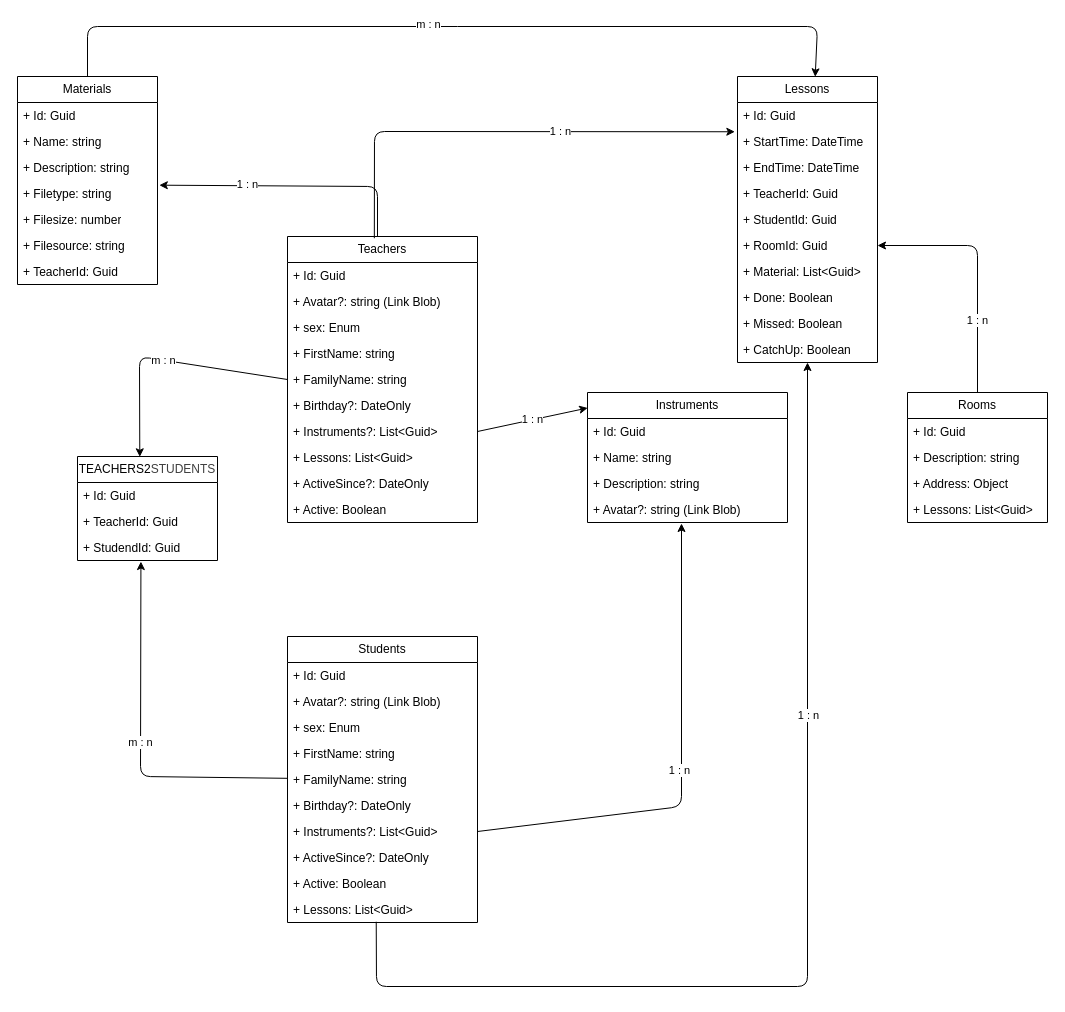
Above: Docu/Structure.drawio in gersteSen/dsh (draw.io), before the change. Source tidied: cells renumbered, new cells numbered last; positions are measured from the earlier drawing's top-left corner, leaving out a move shared by most shapes. Both pictures are drawn from the tidied source at 100%, with x=0, y=0 at pixel (17, 26).
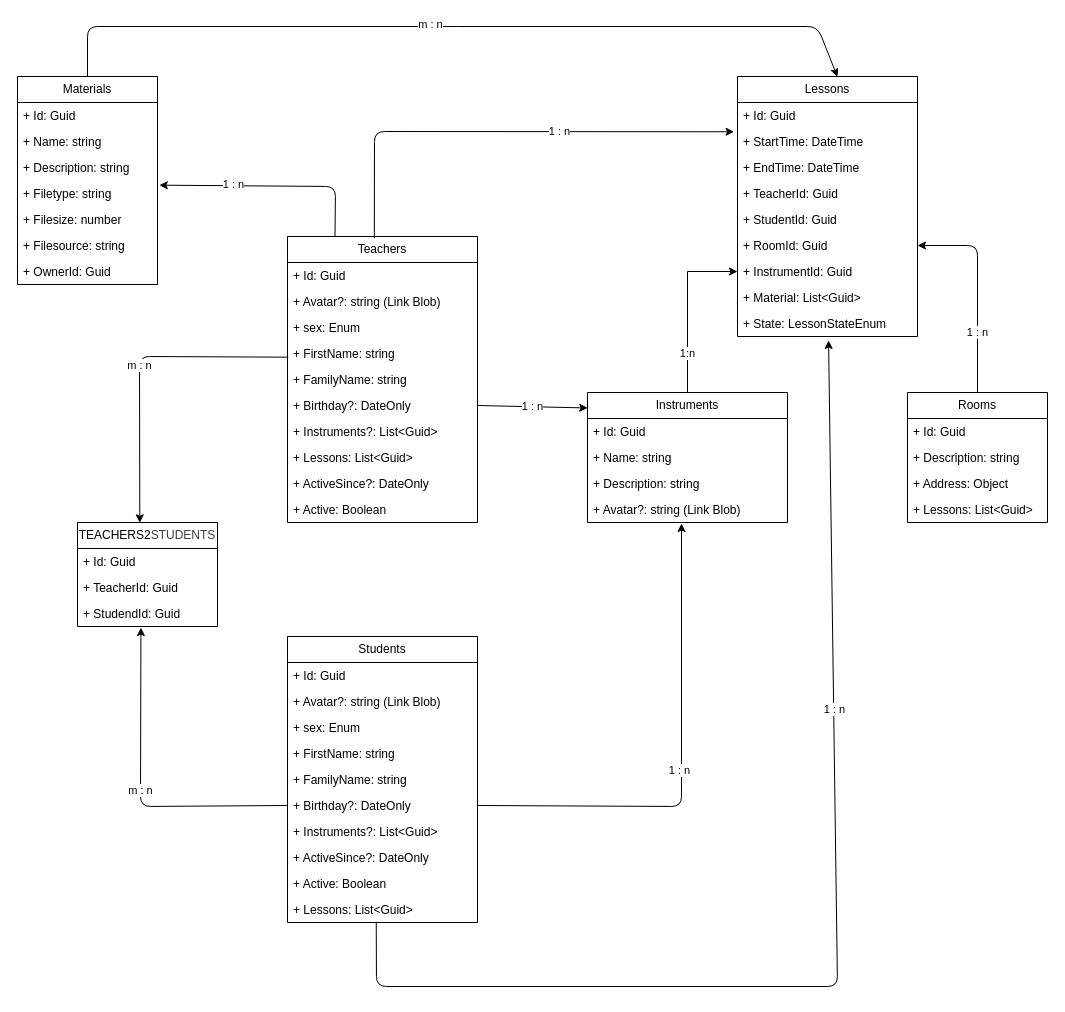
The same page after the edit.

The change refers to these unchanged cells:
```xml
<mxCell id="2" value="Teachers" style="swimlane;fontStyle=0;horizontal=1;startSize=26;fillColor=none;whiteSpace=wrap;html=1;" parent="1" vertex="1">
  <mxGeometry x="270" y="210" width="190" height="286" as="geometry" />
</mxCell>
<mxCell id="6" value="+ FirstName: string" style="text;strokeColor=none;fillColor=none;align=left;verticalAlign=top;spacingLeft=4;spacingRight=4;overflow=hidden;points=[[0,0.5],[1,0.5]];portConstraint=eastwest;whiteSpace=wrap;html=1;" parent="2" vertex="1">
  <mxGeometry y="104" width="190" height="26" as="geometry" />
</mxCell>
<mxCell id="7" value="+ FamilyName: string" style="text;strokeColor=none;fillColor=none;align=left;verticalAlign=top;spacingLeft=4;spacingRight=4;overflow=hidden;points=[[0,0.5],[1,0.5]];portConstraint=eastwest;whiteSpace=wrap;html=1;" parent="2" vertex="1">
  <mxGeometry y="130" width="190" height="26" as="geometry" />
</mxCell>
<mxCell id="8" value="+ Birthday?: DateOnly" style="text;strokeColor=none;fillColor=none;align=left;verticalAlign=top;spacingLeft=4;spacingRight=4;overflow=hidden;points=[[0,0.5],[1,0.5]];portConstraint=eastwest;whiteSpace=wrap;html=1;" parent="2" vertex="1">
  <mxGeometry y="156" width="190" height="26" as="geometry" />
</mxCell>
<mxCell id="9" value="+ Instruments?: List&amp;lt;Guid&amp;gt;" style="text;strokeColor=none;fillColor=none;align=left;verticalAlign=top;spacingLeft=4;spacingRight=4;overflow=hidden;points=[[0,0.5],[1,0.5]];portConstraint=eastwest;whiteSpace=wrap;html=1;" parent="2" vertex="1">
  <mxGeometry y="182" width="190" height="26" as="geometry" />
</mxCell>
<mxCell id="13" value="Instruments" style="swimlane;fontStyle=0;horizontal=1;startSize=26;fillColor=none;whiteSpace=wrap;html=1;" parent="1" vertex="1">
  <mxGeometry x="570" y="366" width="200" height="130" as="geometry" />
</mxCell>
<mxCell id="19" value="Students" style="swimlane;fontStyle=0;horizontal=1;startSize=26;fillColor=none;whiteSpace=wrap;html=1;" parent="1" vertex="1">
  <mxGeometry x="270" y="610" width="190" height="286" as="geometry" />
</mxCell>
<mxCell id="25" value="+ Birthday?: DateOnly" style="text;strokeColor=none;fillColor=none;align=left;verticalAlign=top;spacingLeft=4;spacingRight=4;overflow=hidden;points=[[0,0.5],[1,0.5]];portConstraint=eastwest;whiteSpace=wrap;html=1;" parent="19" vertex="1">
  <mxGeometry y="156" width="190" height="26" as="geometry" />
</mxCell>
<mxCell id="26" value="+ Instruments?: List&amp;lt;Guid&amp;gt;" style="text;strokeColor=none;fillColor=none;align=left;verticalAlign=top;spacingLeft=4;spacingRight=4;overflow=hidden;points=[[0,0.5],[1,0.5]];portConstraint=eastwest;whiteSpace=wrap;html=1;" parent="19" vertex="1">
  <mxGeometry y="182" width="190" height="26" as="geometry" />
</mxCell>
<mxCell id="29" value="+ Lessons: List&amp;lt;Guid&amp;gt;" style="text;strokeColor=none;fillColor=none;align=left;verticalAlign=top;spacingLeft=4;spacingRight=4;overflow=hidden;points=[[0,0.5],[1,0.5]];portConstraint=eastwest;whiteSpace=wrap;html=1;" parent="19" vertex="1">
  <mxGeometry y="260" width="190" height="26" as="geometry" />
</mxCell>
<mxCell id="35" value="+ StudendId: Guid" style="text;strokeColor=none;fillColor=none;align=left;verticalAlign=top;spacingLeft=4;spacingRight=4;overflow=hidden;points=[[0,0.5],[1,0.5]];portConstraint=eastwest;whiteSpace=wrap;html=1;" parent="32" vertex="1">
  <mxGeometry y="78" width="140" height="26" as="geometry" />
</mxCell>
<mxCell id="60" value="Materials" style="swimlane;fontStyle=0;horizontal=1;startSize=26;fillColor=none;whiteSpace=wrap;html=1;" parent="1" vertex="1">
  <mxGeometry y="50" width="140" height="208" as="geometry" />
</mxCell>
<mxCell id="64" value="+ Filetype: string" style="text;strokeColor=none;fillColor=none;align=left;verticalAlign=top;spacingLeft=4;spacingRight=4;overflow=hidden;points=[[0,0.5],[1,0.5]];portConstraint=eastwest;whiteSpace=wrap;html=1;" parent="60" vertex="1">
  <mxGeometry y="104" width="140" height="26" as="geometry" />
</mxCell>
```

Change to the diagram source:
```diff
@@
+    <mxCell id="72" style="edgeStyle=orthogonalEdgeStyle;rounded=0;jettySize=auto;html=1;" parent="1" edge="1" source="13" target="74">
+      <mxGeometry relative="1" as="geometry" />
+    </mxCell>
+    <mxCell id="73" value="1:n" style="edgeLabel;html=1;align=center;verticalAlign=middle;" parent="72" vertex="1">
+      <mxGeometry x="-0.53" y="1" relative="1" as="geometry" />
+    </mxCell>
@@
-    <mxCell id="18" value="1 : n" style="edgeStyle=none;html=1;entryX=0.001;entryY=0.119;entryDx=0;entryDy=0;entryPerimeter=0;exitX=1;exitY=0.5;exitDx=0;exitDy=0;" parent="1" edge="1" source="9" target="13">
+    <mxCell id="18" value="1 : n" style="edgeStyle=none;html=1;entryX=0.001;entryY=0.119;entryDx=0;entryDy=0;entryPerimeter=0;exitX=1;exitY=0.5;exitDx=0;exitDy=0;" parent="1" edge="1" source="8" target="13">
       <mxGeometry relative="1" as="geometry" />
     </mxCell>
@@
-    <mxCell id="30" style="edgeStyle=none;html=1;exitX=1;exitY=0.5;exitDx=0;exitDy=0;" parent="1" edge="1" source="26">
+    <mxCell id="30" style="edgeStyle=none;html=1;exitX=1;exitY=0.5;exitDx=0;exitDy=0;" parent="1" edge="1" source="25">
       <mxGeometry relative="1" as="geometry">
         <mxPoint x="664" y="497" as="targetPoint" />
         <Array as="points">
           <mxPoint x="664" y="780" />
         </Array>
       </mxGeometry>
     </mxCell>
@@
     <mxCell id="32" value="TEACHERS2&lt;span style=&quot;color: rgb(63, 63, 63); background-color: transparent;&quot;&gt;STUDENTS&lt;/span&gt;" style="swimlane;fontStyle=0;horizontal=1;startSize=26;fillColor=none;whiteSpace=wrap;html=1;" parent="1" vertex="1">
-      <mxGeometry x="60" y="430" width="140" height="104" as="geometry" />
+      <mxGeometry x="60" y="496" width="140" height="104" as="geometry" />
     </mxCell>
@@
-    <mxCell id="36" value="m : n" style="edgeStyle=none;html=1;entryX=0.453;entryY=1.04;entryDx=0;entryDy=0;entryPerimeter=0;" parent="1" edge="1" source="19" target="35">
+    <mxCell id="36" value="m : n" style="edgeStyle=none;html=1;entryX=0.453;entryY=1.04;entryDx=0;entryDy=0;entryPerimeter=0;exitX=0;exitY=0.5;exitDx=0;exitDy=0;" parent="1" edge="1" source="25" target="35">
       <mxGeometry relative="1" as="geometry">
         <Array as="points">
-          <mxPoint x="123" y="750" />
+          <mxPoint x="123" y="780" />
         </Array>
       </mxGeometry>
     </mxCell>
-    <mxCell id="37" value="m : n" style="edgeStyle=none;html=1;exitX=0;exitY=0.5;exitDx=0;exitDy=0;entryX=0.445;entryY=0.003;entryDx=0;entryDy=0;entryPerimeter=0;" parent="1" edge="1" source="7" target="32">
+    <mxCell id="37" value="m : n" style="edgeStyle=none;html=1;exitX=0.004;exitY=0.641;exitDx=0;exitDy=0;entryX=0.445;entryY=0.003;entryDx=0;entryDy=0;entryPerimeter=0;exitPerimeter=0;" parent="1" edge="1" source="6" target="32">
       <mxGeometry relative="1" as="geometry">
         <Array as="points">
           <mxPoint x="122" y="330" />
         </Array>
       </mxGeometry>
     </mxCell>
@@
     <mxCell id="45" value="Lessons" style="swimlane;fontStyle=0;horizontal=1;startSize=26;fillColor=none;whiteSpace=wrap;html=1;" parent="1" vertex="1">
-      <mxGeometry x="720" y="50" width="140" height="286" as="geometry" />
+      <mxGeometry x="720" y="50" width="180" height="260" as="geometry" />
     </mxCell>
     <mxCell id="46" value="+ Id: Guid" style="text;strokeColor=none;fillColor=none;align=left;verticalAlign=top;spacingLeft=4;spacingRight=4;overflow=hidden;points=[[0,0.5],[1,0.5]];portConstraint=eastwest;whiteSpace=wrap;html=1;" parent="45" vertex="1">
-      <mxGeometry y="26" width="140" height="26" as="geometry" />
+      <mxGeometry y="26" width="180" height="26" as="geometry" />
     </mxCell>
     <mxCell id="47" value="+ StartTime: DateTime" style="text;strokeColor=none;fillColor=none;align=left;verticalAlign=top;spacingLeft=4;spacingRight=4;overflow=hidden;whiteSpace=wrap;html=1;" parent="45" vertex="1">
-      <mxGeometry y="52" width="140" height="26" as="geometry" />
+      <mxGeometry y="52" width="180" height="26" as="geometry" />
     </mxCell>
     <mxCell id="48" value="+ EndTime: DateTime" style="text;strokeColor=none;fillColor=none;align=left;verticalAlign=top;spacingLeft=4;spacingRight=4;overflow=hidden;whiteSpace=wrap;html=1;" parent="45" vertex="1">
-      <mxGeometry y="78" width="140" height="26" as="geometry" />
+      <mxGeometry y="78" width="180" height="26" as="geometry" />
     </mxCell>
     <mxCell id="49" value="+ TeacherId: Guid" style="text;strokeColor=none;fillColor=none;align=left;verticalAlign=top;spacingLeft=4;spacingRight=4;overflow=hidden;whiteSpace=wrap;html=1;" parent="45" vertex="1">
-      <mxGeometry y="104" width="140" height="26" as="geometry" />
+      <mxGeometry y="104" width="180" height="26" as="geometry" />
     </mxCell>
     <mxCell id="50" value="+ StudentId: Guid" style="text;strokeColor=none;fillColor=none;align=left;verticalAlign=top;spacingLeft=4;spacingRight=4;overflow=hidden;whiteSpace=wrap;html=1;" parent="45" vertex="1">
-      <mxGeometry y="130" width="140" height="26" as="geometry" />
+      <mxGeometry y="130" width="180" height="26" as="geometry" />
     </mxCell>
     <mxCell id="51" value="+ RoomId: Guid" style="text;strokeColor=none;fillColor=none;align=left;verticalAlign=top;spacingLeft=4;spacingRight=4;overflow=hidden;points=[[0,0.5],[1,0.5]];portConstraint=eastwest;whiteSpace=wrap;html=1;" parent="45" vertex="1">
-      <mxGeometry y="156" width="140" height="26" as="geometry" />
+      <mxGeometry y="156" width="180" height="26" as="geometry" />
     </mxCell>
+    <mxCell id="74" value="+ InstrumentId: Guid" style="text;strokeColor=none;fillColor=none;align=left;verticalAlign=top;spacingLeft=4;spacingRight=4;overflow=hidden;points=[[0,0.5],[1,0.5]];portConstraint=eastwest;whiteSpace=wrap;html=1;" parent="45" vertex="1">
+      <mxGeometry y="182" width="180" height="26" as="geometry" />
+    </mxCell>
     <mxCell id="52" value="+ Material: List&amp;lt;Guid&amp;gt;" style="text;strokeColor=none;fillColor=none;align=left;verticalAlign=top;spacingLeft=4;spacingRight=4;overflow=hidden;whiteSpace=wrap;html=1;" parent="45" vertex="1">
-      <mxGeometry y="182" width="140" height="26" as="geometry" />
+      <mxGeometry y="208" width="180" height="26" as="geometry" />
     </mxCell>
-    <mxCell id="53" value="+ Done: Boolean" style="text;strokeColor=none;fillColor=none;align=left;verticalAlign=top;spacingLeft=4;spacingRight=4;overflow=hidden;points=[[0,0.5],[1,0.5]];portConstraint=eastwest;whiteSpace=wrap;html=1;" parent="45" vertex="1">
-      <mxGeometry y="208" width="140" height="26" as="geometry" />
+    <mxCell id="53" value="+ State: LessonStateEnum" style="text;strokeColor=none;fillColor=none;align=left;verticalAlign=top;spacingLeft=4;spacingRight=4;overflow=hidden;points=[[0,0.5],[1,0.5]];portConstraint=eastwest;whiteSpace=wrap;html=1;" parent="45" vertex="1">
+      <mxGeometry y="234" width="180" height="26" as="geometry" />
     </mxCell>
-    <mxCell id="54" value="+ Missed: Boolean" style="text;strokeColor=none;fillColor=none;align=left;verticalAlign=top;spacingLeft=4;spacingRight=4;overflow=hidden;whiteSpace=wrap;html=1;" parent="45" vertex="1">
-      <mxGeometry y="234" width="140" height="26" as="geometry" />
-    </mxCell>
-    <mxCell id="55" value="+ CatchUp: Boolean" style="text;strokeColor=none;fillColor=none;align=left;verticalAlign=top;spacingLeft=4;spacingRight=4;overflow=hidden;points=[[0,0.5],[1,0.5]];portConstraint=eastwest;whiteSpace=wrap;html=1;" parent="45" vertex="1">
-      <mxGeometry y="260" width="140" height="26" as="geometry" />
-    </mxCell>
@@
-    <mxCell id="58" style="edgeStyle=none;html=1;entryX=0.5;entryY=1;entryDx=0;entryDy=0;entryPerimeter=0;exitX=0.467;exitY=0.971;exitDx=0;exitDy=0;exitPerimeter=0;" parent="1" edge="1" source="29" target="55">
+    <mxCell id="58" style="edgeStyle=none;html=1;entryX=0.506;entryY=1.154;entryDx=0;entryDy=0;entryPerimeter=0;exitX=0.467;exitY=0.971;exitDx=0;exitDy=0;exitPerimeter=0;" parent="1" edge="1" source="29" target="53">
       <mxGeometry relative="1" as="geometry">
         <Array as="points">
           <mxPoint x="359" y="960" />
-          <mxPoint x="790" y="960" />
+          <mxPoint x="820" y="960" />
         </Array>
       </mxGeometry>
     </mxCell>
@@
-    <mxCell id="67" value="+ TeacherId: Guid" style="text;strokeColor=none;fillColor=none;align=left;verticalAlign=top;spacingLeft=4;spacingRight=4;overflow=hidden;whiteSpace=wrap;html=1;" parent="60" vertex="1">
+    <mxCell id="67" value="+ OwnerId: Guid" style="text;strokeColor=none;fillColor=none;align=left;verticalAlign=top;spacingLeft=4;spacingRight=4;overflow=hidden;whiteSpace=wrap;html=1;" parent="60" vertex="1">
       <mxGeometry y="182" width="140" height="26" as="geometry" />
     </mxCell>
@@
-    <mxCell id="70" style="edgeStyle=none;html=1;entryX=1.013;entryY=0.18;entryDx=0;entryDy=0;entryPerimeter=0;" parent="1" edge="1" target="64">
+    <mxCell id="70" style="edgeStyle=none;html=1;entryX=1.013;entryY=0.18;entryDx=0;entryDy=0;entryPerimeter=0;exitX=0.25;exitY=0;exitDx=0;exitDy=0;" parent="1" edge="1" source="2" target="64">
       <mxGeometry relative="1" as="geometry">
-        <mxPoint x="360" y="210" as="sourcePoint" />
         <Array as="points">
-          <mxPoint x="360" y="160" />
+          <mxPoint x="318" y="160" />
         </Array>
       </mxGeometry>
     </mxCell>
```
